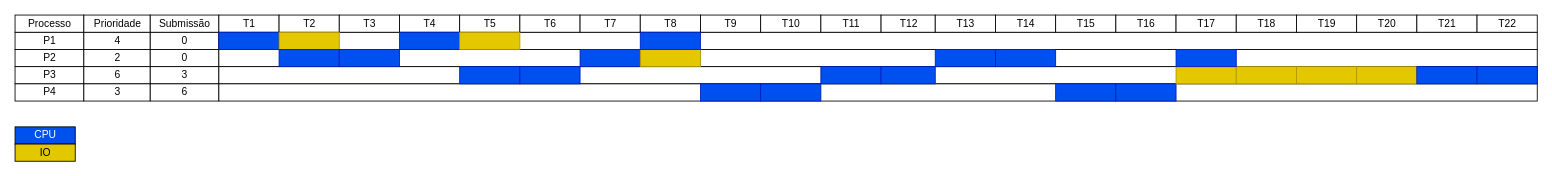
This is page "RR" (9 of 9) of Lab4/GrantChart.drawio from Victor-Briganti/SistemasOperacionais, a draw.io file, before an edit. Source tidied: cells renumbered, new cells numbered last; positions are measured from the earlier drawing's top-left corner, leaving out a move shared by most shapes. Both pictures are drawn from the tidied source at 86%, with x=0, y=0 at pixel (15, 15).
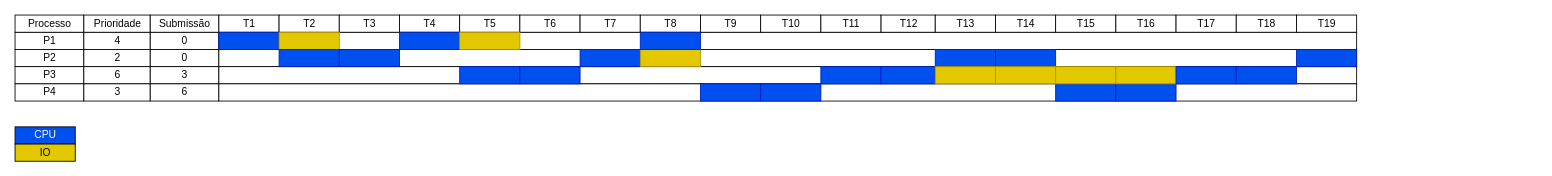
The same diagram, later.

Commit message:
Lab4: Alterado diagrama RR

Change to the diagram source:
```diff
@@
     <mxCell id="7" style="align=left;strokeColor=#000000;html=1;" parent="1" vertex="1">
-      <mxGeometry x="237" y="20" width="1533" height="20" as="geometry" />
+      <mxGeometry x="237" y="20" width="1323" height="20" as="geometry" />
     </mxCell>
@@
     <mxCell id="20" style="align=left;strokeColor=#000000;html=1;" parent="1" vertex="1">
-      <mxGeometry x="237" y="40" width="1533" height="20" as="geometry" />
+      <mxGeometry x="237" y="40" width="1323" height="20" as="geometry" />
     </mxCell>
     <mxCell id="21" style="align=left;strokeColor=#000000;html=1;" parent="1" vertex="1">
-      <mxGeometry x="237" y="60" width="1533" height="20" as="geometry" />
+      <mxGeometry x="237" y="60" width="1323" height="20" as="geometry" />
     </mxCell>
     <mxCell id="22" style="align=left;strokeColor=#000000;html=1;" parent="1" vertex="1">
-      <mxGeometry x="237" y="80" width="1533" height="20" as="geometry" />
+      <mxGeometry x="237" y="80" width="1323" height="20" as="geometry" />
     </mxCell>
@@
-    <mxCell id="42" value="T20" style="strokeWidth=1;fontStyle=0;html=1;" parent="1" vertex="1">
-      <mxGeometry x="1560" width="70" height="20" as="geometry" />
-    </mxCell>
@@
     <mxCell id="62" style="strokeWidth=1;fontStyle=0;html=1;fillColor=#e3c800;fontColor=#000000;strokeColor=#B09500;" parent="1" vertex="1">
-      <mxGeometry x="1350" y="60" width="70" height="20" as="geometry" />
+      <mxGeometry x="1070" y="60" width="70" height="20" as="geometry" />
     </mxCell>
     <mxCell id="63" style="strokeWidth=1;fontStyle=0;html=1;fillColor=#e3c800;fontColor=#000000;strokeColor=#B09500;" parent="1" vertex="1">
-      <mxGeometry x="1420" y="60" width="70" height="20" as="geometry" />
+      <mxGeometry x="1140" y="60" width="70" height="20" as="geometry" />
     </mxCell>
     <mxCell id="64" style="strokeWidth=1;fontStyle=0;html=1;fillColor=#e3c800;fontColor=#000000;strokeColor=#B09500;" parent="1" vertex="1">
-      <mxGeometry x="1490" y="60" width="70" height="20" as="geometry" />
+      <mxGeometry x="1210" y="60" width="70" height="20" as="geometry" />
     </mxCell>
     <mxCell id="65" style="strokeWidth=1;fontStyle=0;html=1;fillColor=#e3c800;fontColor=#000000;strokeColor=#B09500;" parent="1" vertex="1">
-      <mxGeometry x="1560" y="60" width="70" height="20" as="geometry" />
+      <mxGeometry x="1280" y="60" width="70" height="20" as="geometry" />
     </mxCell>
     <mxCell id="66" style="strokeWidth=1;fontStyle=0;html=1;fillColor=#0050ef;fontColor=#ffffff;strokeColor=#001DBC;" parent="1" vertex="1">
-      <mxGeometry x="1350" y="40" width="70" height="20" as="geometry" />
+      <mxGeometry x="1490" y="40" width="70" height="20" as="geometry" />
     </mxCell>
-    <mxCell id="67" value="T21" style="strokeWidth=1;fontStyle=0;html=1;" parent="1" vertex="1">
-      <mxGeometry x="1630" width="70" height="20" as="geometry" />
-    </mxCell>
-    <mxCell id="68" value="T22" style="strokeWidth=1;fontStyle=0;html=1;" parent="1" vertex="1">
-      <mxGeometry x="1700" width="70" height="20" as="geometry" />
-    </mxCell>
     <mxCell id="69" style="strokeWidth=1;fontStyle=0;html=1;fillColor=#0050ef;fontColor=#ffffff;strokeColor=#001DBC;" parent="1" vertex="1">
-      <mxGeometry x="1630" y="60" width="70" height="20" as="geometry" />
+      <mxGeometry x="1350" y="60" width="70" height="20" as="geometry" />
     </mxCell>
     <mxCell id="70" style="strokeWidth=1;fontStyle=0;html=1;fillColor=#0050ef;fontColor=#ffffff;strokeColor=#001DBC;" parent="1" vertex="1">
-      <mxGeometry x="1700" y="60" width="70" height="20" as="geometry" />
+      <mxGeometry x="1420" y="60" width="70" height="20" as="geometry" />
     </mxCell>
```
